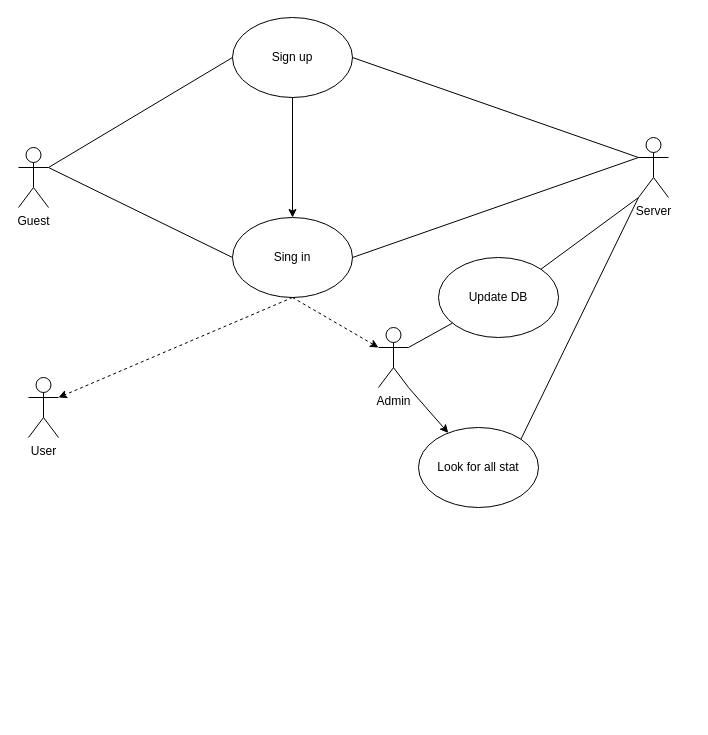
Before: diagram.drawio in Esper77/Math-test, a draw.io diagram. Source tidied: cells renumbered, new cells numbered last; positions are measured from the earlier drawing's top-left corner, leaving out a move shared by most shapes. Both pictures are drawn from the tidied source at 100%, with x=0, y=0 at pixel (18, 17).
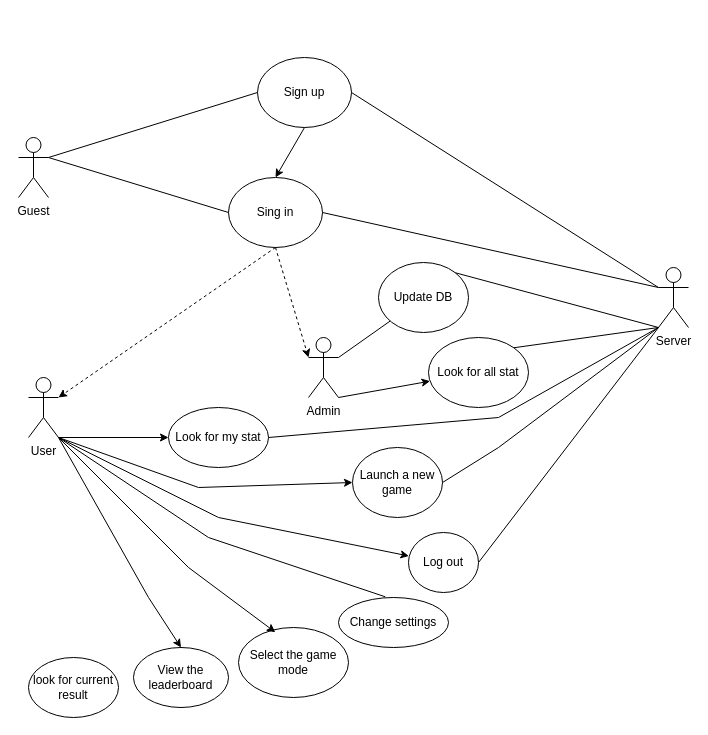
Above is the later version.

The change refers to these unchanged cells:
```xml
<mxCell id="4" value="User" style="shape=umlActor;verticalLabelPosition=bottom;verticalAlign=top;html=1;outlineConnect=0;" parent="1" vertex="1">
  <mxGeometry x="10" y="360" width="30" height="60" as="geometry" />
</mxCell>
```

Diff of the diagram source:
```diff
@@
     <mxCell id="2" value="Guest" style="shape=umlActor;verticalLabelPosition=bottom;verticalAlign=top;html=1;outlineConnect=0;" parent="1" vertex="1">
-      <mxGeometry y="130" width="30" height="60" as="geometry" />
+      <mxGeometry y="120" width="30" height="60" as="geometry" />
     </mxCell>
     <mxCell id="3" value="Admin" style="shape=umlActor;verticalLabelPosition=bottom;verticalAlign=top;html=1;outlineConnect=0;" parent="1" vertex="1">
-      <mxGeometry x="360" y="310" width="30" height="60" as="geometry" />
+      <mxGeometry x="290" y="320" width="30" height="60" as="geometry" />
     </mxCell>
@@
     <mxCell id="5" value="Sign up" style="ellipse;whiteSpace=wrap;html=1;" parent="1" vertex="1">
-      <mxGeometry x="214" width="120" height="80" as="geometry" />
+      <mxGeometry x="239" y="40" width="94" height="70" as="geometry" />
     </mxCell>
     <mxCell id="6" value="Sing in" style="ellipse;whiteSpace=wrap;html=1;" parent="1" vertex="1">
-      <mxGeometry x="214" y="200" width="120" height="80" as="geometry" />
+      <mxGeometry x="210" y="160" width="94" height="70" as="geometry" />
     </mxCell>
@@
     <mxCell id="8" value="Server&lt;div&gt;&lt;br&gt;&lt;/div&gt;" style="shape=umlActor;verticalLabelPosition=bottom;verticalAlign=top;html=1;outlineConnect=0;" parent="1" vertex="1">
-      <mxGeometry x="620" y="120" width="30" height="60" as="geometry" />
+      <mxGeometry x="640" y="250" width="30" height="60" as="geometry" />
     </mxCell>
@@
     <mxCell id="15" value="L&lt;span style=&quot;background-color: transparent; color: light-dark(rgb(0, 0, 0), rgb(255, 255, 255));&quot;&gt;ook for all stat&lt;/span&gt;" style="ellipse;whiteSpace=wrap;html=1;" parent="1" vertex="1">
-      <mxGeometry x="400" y="410" width="120" height="80" as="geometry" />
+      <mxGeometry x="410" y="320" width="100" height="70" as="geometry" />
     </mxCell>
@@
     <mxCell id="17" value="Update DB" style="ellipse;whiteSpace=wrap;html=1;" parent="1" vertex="1">
-      <mxGeometry x="420" y="240" width="120" height="80" as="geometry" />
+      <mxGeometry x="360" y="245" width="90" height="70" as="geometry" />
     </mxCell>
@@
+    <mxCell id="21" value="Look for my stat" style="ellipse;whiteSpace=wrap;html=1;" parent="1" vertex="1">
+      <mxGeometry x="150" y="390" width="100" height="60" as="geometry" />
+    </mxCell>
+    <mxCell id="22" style="endArrow=classic;html=1;rounded=0;exitX=1;exitY=1;exitDx=0;exitDy=0;exitPerimeter=0;entryX=0;entryY=0.5;entryDx=0;entryDy=0;" parent="1" edge="1" source="4" target="21">
+      <mxGeometry relative="1" as="geometry" />
+    </mxCell>
+    <mxCell id="23" style="endArrow=none;html=1;rounded=0;exitX=1;exitY=0.5;exitDx=0;exitDy=0;entryX=0;entryY=1;entryDx=0;entryDy=0;entryPerimeter=0;" parent="1" edge="1" source="21" target="8">
+      <mxGeometry relative="1" as="geometry">
+        <Array as="points">
+          <mxPoint x="480" y="400" />
+        </Array>
+      </mxGeometry>
+    </mxCell>
+    <mxCell id="24" value="Select the game mode" style="ellipse;whiteSpace=wrap;html=1;" parent="1" vertex="1">
+      <mxGeometry x="220" y="610" width="110" height="70" as="geometry" />
+    </mxCell>
+    <mxCell id="25" value="Launch a new game" style="ellipse;whiteSpace=wrap;html=1;" parent="1" vertex="1">
+      <mxGeometry x="334" y="430" width="90" height="70" as="geometry" />
+    </mxCell>
+    <mxCell id="26" style="endArrow=classic;html=1;rounded=0;exitX=1;exitY=1;exitDx=0;exitDy=0;exitPerimeter=0;entryX=0;entryY=0.5;entryDx=0;entryDy=0;endFill=1;" parent="1" edge="1" source="4" target="25">
+      <mxGeometry relative="1" as="geometry">
+        <Array as="points">
+          <mxPoint x="180" y="470" />
+        </Array>
+      </mxGeometry>
+    </mxCell>
+    <mxCell id="27" style="endArrow=classic;html=1;rounded=0;exitX=1;exitY=1;exitDx=0;exitDy=0;exitPerimeter=0;entryX=0.335;entryY=0.068;entryDx=0;entryDy=0;entryPerimeter=0;endFill=1;" parent="1" edge="1" source="4" target="24">
+      <mxGeometry relative="1" as="geometry">
+        <Array as="points">
+          <mxPoint x="170" y="550" />
+        </Array>
+      </mxGeometry>
+    </mxCell>
+    <mxCell id="28" value="Change settings" style="ellipse;whiteSpace=wrap;html=1;" parent="1" vertex="1">
+      <mxGeometry x="320" y="580" width="110" height="50" as="geometry" />
+    </mxCell>
+    <mxCell id="29" style="endArrow=none;html=1;rounded=0;entryX=1;entryY=1;entryDx=0;entryDy=0;entryPerimeter=0;exitX=0.425;exitY=-0.014;exitDx=0;exitDy=0;exitPerimeter=0;" parent="1" edge="1" source="28" target="4">
+      <mxGeometry relative="1" as="geometry">
+        <Array as="points">
+          <mxPoint x="190" y="520" />
+        </Array>
+      </mxGeometry>
+    </mxCell>
+    <mxCell id="30" value="View the leaderboard" style="ellipse;whiteSpace=wrap;html=1;" parent="1" vertex="1">
+      <mxGeometry x="115" y="630" width="95" height="60" as="geometry" />
+    </mxCell>
+    <mxCell id="31" style="endArrow=classic;html=1;rounded=0;exitX=1;exitY=1;exitDx=0;exitDy=0;exitPerimeter=0;entryX=0.5;entryY=0;entryDx=0;entryDy=0;" parent="1" edge="1" source="4" target="30">
+      <mxGeometry relative="1" as="geometry">
+        <Array as="points">
+          <mxPoint x="130" y="580" />
+        </Array>
+      </mxGeometry>
+    </mxCell>
+    <mxCell id="32" value="Log out" style="ellipse;whiteSpace=wrap;html=1;" parent="1" vertex="1">
+      <mxGeometry x="390" y="515" width="70" height="60" as="geometry" />
+    </mxCell>
+    <mxCell id="33" style="endArrow=none;html=1;rounded=0;entryX=1;entryY=0.5;entryDx=0;entryDy=0;" parent="1" edge="1" target="25">
+      <mxGeometry relative="1" as="geometry">
+        <mxPoint x="640" y="310" as="sourcePoint" />
+        <Array as="points">
+          <mxPoint x="480" y="430" />
+        </Array>
+      </mxGeometry>
+    </mxCell>
+    <mxCell id="34" style="endArrow=classic;html=1;rounded=0;exitX=1;exitY=1;exitDx=0;exitDy=0;exitPerimeter=0;entryX=0.006;entryY=0.392;entryDx=0;entryDy=0;entryPerimeter=0;" parent="1" edge="1" source="4" target="32">
+      <mxGeometry relative="1" as="geometry">
+        <Array as="points">
+          <mxPoint x="200" y="500" />
+        </Array>
+      </mxGeometry>
+    </mxCell>
+    <mxCell id="35" style="endArrow=none;html=1;rounded=0;exitX=1;exitY=0.5;exitDx=0;exitDy=0;" parent="1" edge="1" source="32">
+      <mxGeometry relative="1" as="geometry">
+        <mxPoint x="640" y="310" as="targetPoint" />
+      </mxGeometry>
+    </mxCell>
+    <mxCell id="36" value="look for current result" style="ellipse;whiteSpace=wrap;html=1;" parent="1" vertex="1">
+      <mxGeometry x="10" y="640" width="90" height="60" as="geometry" />
+    </mxCell>
```
